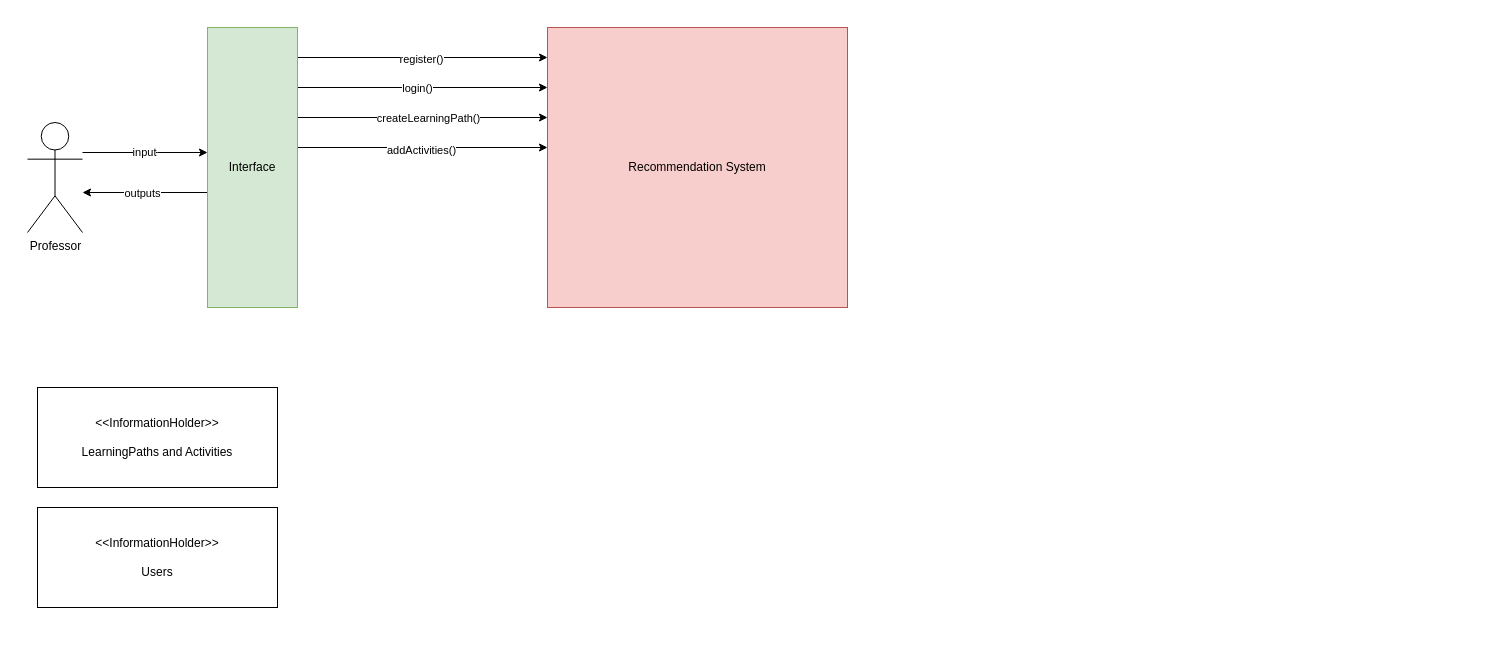
This is sprint-1/task-2/fr-diagrams.drawio from DPO-20242-SEC06/Project-OOPD, a draw.io file, before an edit. Source tidied: cells renumbered, new cells numbered last; positions are measured from the earlier drawing's top-left corner, leaving out a move shared by most shapes. Both pictures are drawn from the tidied source at 100%, with x=0, y=0 at pixel (27, 27).
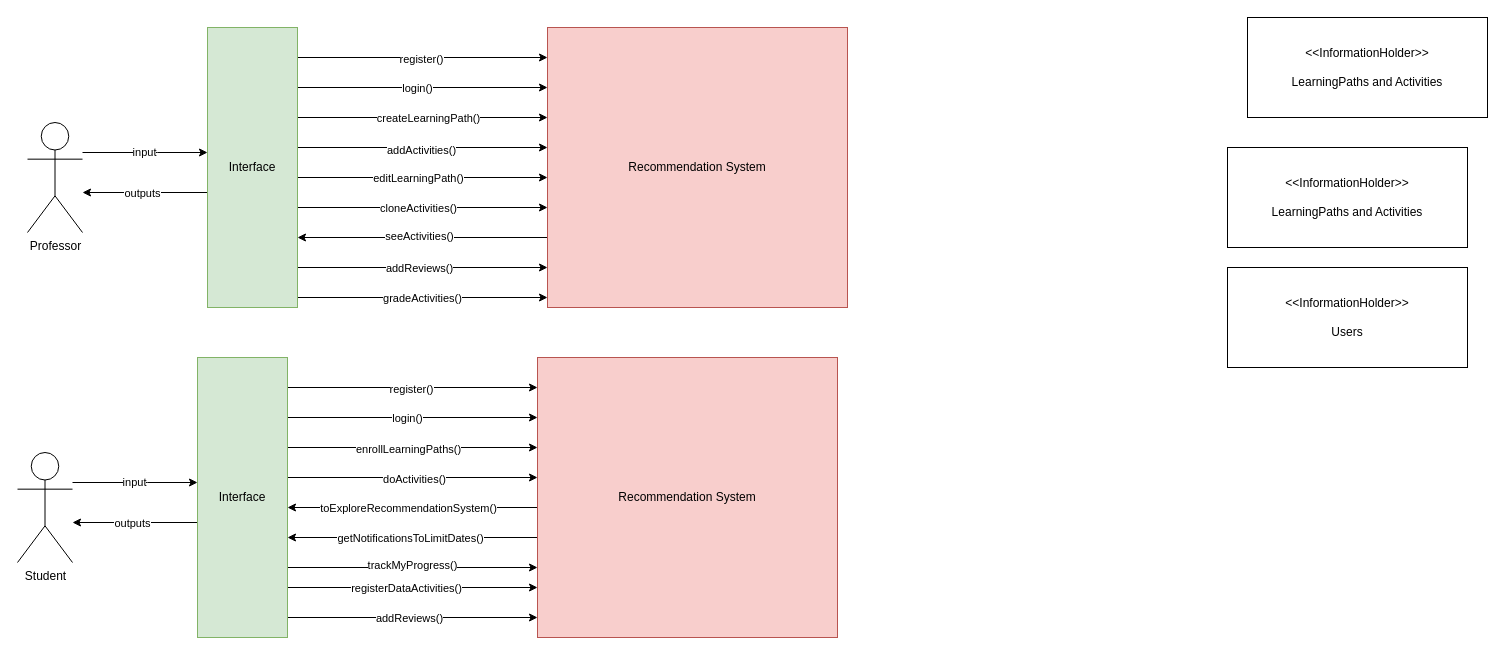
Above is the later version.

Unchanged cells that the change refers to:
```xml
<mxCell id="15" value="Interface" style="rounded=0;whiteSpace=wrap;html=1;fillColor=#d5e8d4;strokeColor=#82b366;" parent="1" vertex="1">
  <mxGeometry x="180" width="90" height="280" as="geometry" />
</mxCell>
<mxCell id="16" value="Recommendation System" style="rounded=0;whiteSpace=wrap;html=1;fillColor=#f8cecc;strokeColor=#b85450;" parent="1" vertex="1">
  <mxGeometry x="520" width="300" height="280" as="geometry" />
</mxCell>
```

The edit, as a diff of the source:
```diff
@@
+    <mxCell id="19" style="edgeStyle=orthogonalEdgeStyle;rounded=0;jettySize=auto;html=1;" parent="1" edge="1" source="15" target="16">
+      <mxGeometry relative="1" as="geometry">
+        <Array as="points">
+          <mxPoint x="400" y="150" />
+          <mxPoint x="400" y="150" />
+        </Array>
+      </mxGeometry>
+    </mxCell>
+    <mxCell id="20" value="editLearningPath()" style="edgeLabel;html=1;align=center;verticalAlign=middle;" parent="19" vertex="1">
+      <mxGeometry x="-0.13" y="-2" relative="1" as="geometry">
+        <mxPoint x="11" y="-2" as="offset" />
+      </mxGeometry>
+    </mxCell>
+    <mxCell id="21" style="edgeStyle=orthogonalEdgeStyle;rounded=0;jettySize=auto;html=1;" parent="1" edge="1" source="15" target="16">
+      <mxGeometry relative="1" as="geometry">
+        <Array as="points">
+          <mxPoint x="390" y="180" />
+          <mxPoint x="390" y="180" />
+        </Array>
+      </mxGeometry>
+    </mxCell>
+    <mxCell id="22" value="cloneActivities()" style="edgeLabel;html=1;align=center;verticalAlign=middle;" parent="21" vertex="1">
+      <mxGeometry x="-0.04" y="-1" relative="1" as="geometry">
+        <mxPoint y="-1" as="offset" />
+      </mxGeometry>
+    </mxCell>
+    <mxCell id="23" style="edgeStyle=orthogonalEdgeStyle;rounded=0;jettySize=auto;html=1;" parent="1" edge="1" source="15" target="16">
+      <mxGeometry relative="1" as="geometry">
+        <Array as="points">
+          <mxPoint x="400" y="240" />
+          <mxPoint x="400" y="240" />
+        </Array>
+      </mxGeometry>
+    </mxCell>
+    <mxCell id="24" value="addReviews()" style="edgeLabel;html=1;align=center;verticalAlign=middle;" parent="23" vertex="1">
+      <mxGeometry x="-0.14" relative="1" as="geometry">
+        <mxPoint x="13" as="offset" />
+      </mxGeometry>
+    </mxCell>
+    <mxCell id="25" style="edgeStyle=orthogonalEdgeStyle;rounded=0;jettySize=auto;html=1;" parent="1" edge="1" source="15" target="16">
+      <mxGeometry relative="1" as="geometry">
+        <Array as="points">
+          <mxPoint x="400" y="270" />
+          <mxPoint x="400" y="270" />
+        </Array>
+      </mxGeometry>
+    </mxCell>
+    <mxCell id="26" value="gradeActivities()" style="edgeLabel;html=1;align=center;verticalAlign=middle;" parent="25" vertex="1">
+      <mxGeometry x="-0.01" relative="1" as="geometry" />
+    </mxCell>
@@
+    <mxCell id="27" style="edgeStyle=orthogonalEdgeStyle;rounded=0;jettySize=auto;html=1;" parent="1" edge="1" source="16" target="15">
+      <mxGeometry relative="1" as="geometry">
+        <Array as="points">
+          <mxPoint x="390" y="210" />
+          <mxPoint x="390" y="210" />
+        </Array>
+      </mxGeometry>
+    </mxCell>
+    <mxCell id="28" value="seeActivities()" style="edgeLabel;html=1;align=center;verticalAlign=middle;" parent="27" vertex="1">
+      <mxGeometry x="0.03" y="-2" relative="1" as="geometry" />
+    </mxCell>
@@
     <mxCell id="17" value="&lt;div&gt;&amp;lt;&amp;lt;InformationHolder&amp;gt;&amp;gt;&lt;/div&gt;&lt;div&gt;&lt;br&gt;&lt;/div&gt;&lt;div&gt;LearningPaths and Activities&lt;br&gt;&lt;/div&gt;" style="rounded=0;whiteSpace=wrap;html=1;" parent="1" vertex="1">
-      <mxGeometry x="10" y="360" width="240" height="100" as="geometry" />
+      <mxGeometry x="1220" y="-10" width="240" height="100" as="geometry" />
     </mxCell>
     <mxCell id="18" value="&lt;div&gt;&amp;lt;&amp;lt;InformationHolder&amp;gt;&amp;gt;&lt;/div&gt;&lt;div&gt;&lt;br&gt;&lt;/div&gt;&lt;div&gt;Users&lt;br&gt;&lt;/div&gt;" style="rounded=0;whiteSpace=wrap;html=1;" parent="1" vertex="1">
-      <mxGeometry x="10" y="480" width="240" height="100" as="geometry" />
+      <mxGeometry x="1200" y="240" width="240" height="100" as="geometry" />
     </mxCell>
+    <mxCell id="29" value="&lt;div&gt;&amp;lt;&amp;lt;InformationHolder&amp;gt;&amp;gt;&lt;/div&gt;&lt;div&gt;&lt;br&gt;&lt;/div&gt;&lt;div&gt;LearningPaths and Activities&lt;br&gt;&lt;/div&gt;" style="rounded=0;whiteSpace=wrap;html=1;" parent="1" vertex="1">
+      <mxGeometry x="1200" y="120" width="240" height="100" as="geometry" />
+    </mxCell>
+    <mxCell id="30" style="edgeStyle=orthogonalEdgeStyle;rounded=0;jettySize=auto;html=1;" parent="1" edge="1" source="32" target="49">
+      <mxGeometry relative="1" as="geometry">
+        <Array as="points">
+          <mxPoint x="120" y="455" />
+          <mxPoint x="120" y="455" />
+        </Array>
+      </mxGeometry>
+    </mxCell>
+    <mxCell id="31" value="input" style="edgeLabel;html=1;align=center;verticalAlign=middle;" parent="30" vertex="1">
+      <mxGeometry x="-0.03" y="1" relative="1" as="geometry" />
+    </mxCell>
+    <mxCell id="32" value="Student" style="shape=umlActor;verticalLabelPosition=bottom;verticalAlign=top;html=1;outlineConnect=0;" parent="1" vertex="1">
+      <mxGeometry x="-10" y="425" width="55" height="110" as="geometry" />
+    </mxCell>
+    <mxCell id="33" style="edgeStyle=orthogonalEdgeStyle;rounded=0;jettySize=auto;html=1;" parent="1" edge="1" source="49" target="32">
+      <mxGeometry relative="1" as="geometry">
+        <Array as="points">
+          <mxPoint x="120" y="495" />
+          <mxPoint x="120" y="495" />
+        </Array>
+      </mxGeometry>
+    </mxCell>
+    <mxCell id="34" value="outputs" style="edgeLabel;html=1;align=center;verticalAlign=middle;" parent="33" vertex="1">
+      <mxGeometry x="0.06" relative="1" as="geometry" />
+    </mxCell>
+    <mxCell id="35" style="edgeStyle=orthogonalEdgeStyle;rounded=0;jettySize=auto;html=1;" parent="1" edge="1" source="49" target="54">
+      <mxGeometry relative="1" as="geometry">
+        <Array as="points">
+          <mxPoint x="380" y="360" />
+          <mxPoint x="380" y="360" />
+        </Array>
+      </mxGeometry>
+    </mxCell>
+    <mxCell id="36" value="register()" style="edgeLabel;html=1;align=center;verticalAlign=middle;" parent="35" vertex="1">
+      <mxGeometry x="-0.02" y="-1" relative="1" as="geometry" />
+    </mxCell>
+    <mxCell id="37" style="edgeStyle=orthogonalEdgeStyle;rounded=0;jettySize=auto;html=1;" parent="1" edge="1" source="49" target="54">
+      <mxGeometry relative="1" as="geometry">
+        <Array as="points">
+          <mxPoint x="390" y="390" />
+          <mxPoint x="390" y="390" />
+        </Array>
+      </mxGeometry>
+    </mxCell>
+    <mxCell id="38" value="login()" style="edgeLabel;html=1;align=center;verticalAlign=middle;" parent="37" vertex="1">
+      <mxGeometry x="-0.27" relative="1" as="geometry">
+        <mxPoint x="28" as="offset" />
+      </mxGeometry>
+    </mxCell>
+    <mxCell id="39" style="edgeStyle=orthogonalEdgeStyle;rounded=0;jettySize=auto;html=1;" parent="1" edge="1" source="49" target="54">
+      <mxGeometry relative="1" as="geometry">
+        <Array as="points">
+          <mxPoint x="390" y="590" />
+          <mxPoint x="390" y="590" />
+        </Array>
+      </mxGeometry>
+    </mxCell>
+    <mxCell id="40" value="addReviews()" style="edgeLabel;html=1;align=center;verticalAlign=middle;" parent="39" vertex="1">
+      <mxGeometry x="-0.14" relative="1" as="geometry">
+        <mxPoint x="13" as="offset" />
+      </mxGeometry>
+    </mxCell>
+    <mxCell id="41" style="edgeStyle=orthogonalEdgeStyle;rounded=0;jettySize=auto;html=1;" parent="1" edge="1" source="49" target="54">
+      <mxGeometry relative="1" as="geometry">
+        <Array as="points">
+          <mxPoint x="390" y="420" />
+          <mxPoint x="390" y="420" />
+        </Array>
+      </mxGeometry>
+    </mxCell>
+    <mxCell id="42" value="enrollLearningPaths()" style="edgeLabel;html=1;align=center;verticalAlign=middle;" parent="41" vertex="1">
+      <mxGeometry x="-0.12" y="-1" relative="1" as="geometry">
+        <mxPoint x="10" as="offset" />
+      </mxGeometry>
+    </mxCell>
+    <mxCell id="43" style="edgeStyle=orthogonalEdgeStyle;rounded=0;jettySize=auto;html=1;" parent="1" edge="1" source="49" target="54">
+      <mxGeometry relative="1" as="geometry">
+        <Array as="points">
+          <mxPoint x="390" y="450" />
+          <mxPoint x="390" y="450" />
+        </Array>
+      </mxGeometry>
+    </mxCell>
+    <mxCell id="44" value="doActivities()" style="edgeLabel;html=1;align=center;verticalAlign=middle;" parent="43" vertex="1">
+      <mxGeometry x="0.01" y="-1" relative="1" as="geometry" />
+    </mxCell>
+    <mxCell id="45" style="edgeStyle=orthogonalEdgeStyle;rounded=0;jettySize=auto;html=1;" parent="1" edge="1" source="49" target="54">
+      <mxGeometry relative="1" as="geometry">
+        <Array as="points">
+          <mxPoint x="390" y="540" />
+          <mxPoint x="390" y="540" />
+        </Array>
+      </mxGeometry>
+    </mxCell>
+    <mxCell id="46" value="trackMyProgress()" style="edgeLabel;html=1;align=center;verticalAlign=middle;" parent="45" vertex="1">
+      <mxGeometry x="-0.01" y="3" relative="1" as="geometry" />
+    </mxCell>
+    <mxCell id="47" style="edgeStyle=orthogonalEdgeStyle;rounded=0;jettySize=auto;html=1;" parent="1" edge="1" source="49" target="54">
+      <mxGeometry relative="1" as="geometry">
+        <Array as="points">
+          <mxPoint x="390" y="560" />
+          <mxPoint x="390" y="560" />
+        </Array>
+      </mxGeometry>
+    </mxCell>
+    <mxCell id="48" value="registerDataActivities()" style="edgeLabel;html=1;align=center;verticalAlign=middle;" parent="47" vertex="1">
+      <mxGeometry x="-0.06" y="-1" relative="1" as="geometry">
+        <mxPoint y="-1" as="offset" />
+      </mxGeometry>
+    </mxCell>
+    <mxCell id="49" value="Interface" style="rounded=0;whiteSpace=wrap;html=1;fillColor=#d5e8d4;strokeColor=#82b366;" parent="1" vertex="1">
+      <mxGeometry x="170" y="330" width="90" height="280" as="geometry" />
+    </mxCell>
+    <mxCell id="50" style="edgeStyle=orthogonalEdgeStyle;rounded=0;jettySize=auto;html=1;" parent="1" edge="1" source="54" target="49">
+      <mxGeometry relative="1" as="geometry">
+        <Array as="points">
+          <mxPoint x="390" y="480" />
+          <mxPoint x="390" y="480" />
+        </Array>
+      </mxGeometry>
+    </mxCell>
+    <mxCell id="51" value="toExploreRecommendationSystem()" style="edgeLabel;html=1;align=center;verticalAlign=middle;" parent="50" vertex="1">
+      <mxGeometry x="0.11" relative="1" as="geometry">
+        <mxPoint x="9" as="offset" />
+      </mxGeometry>
+    </mxCell>
+    <mxCell id="52" style="edgeStyle=orthogonalEdgeStyle;rounded=0;jettySize=auto;html=1;" parent="1" edge="1" source="54" target="49">
+      <mxGeometry relative="1" as="geometry">
+        <Array as="points">
+          <mxPoint x="380" y="510" />
+          <mxPoint x="380" y="510" />
+        </Array>
+      </mxGeometry>
+    </mxCell>
+    <mxCell id="53" value="getNotificationsToLimitDates()" style="edgeLabel;html=1;align=center;verticalAlign=middle;" parent="52" vertex="1">
+      <mxGeometry x="0.02" y="3" relative="1" as="geometry">
+        <mxPoint y="-3" as="offset" />
+      </mxGeometry>
+    </mxCell>
+    <mxCell id="54" value="Recommendation System" style="rounded=0;whiteSpace=wrap;html=1;fillColor=#f8cecc;strokeColor=#b85450;" parent="1" vertex="1">
+      <mxGeometry x="510" y="330" width="300" height="280" as="geometry" />
+    </mxCell>
```
